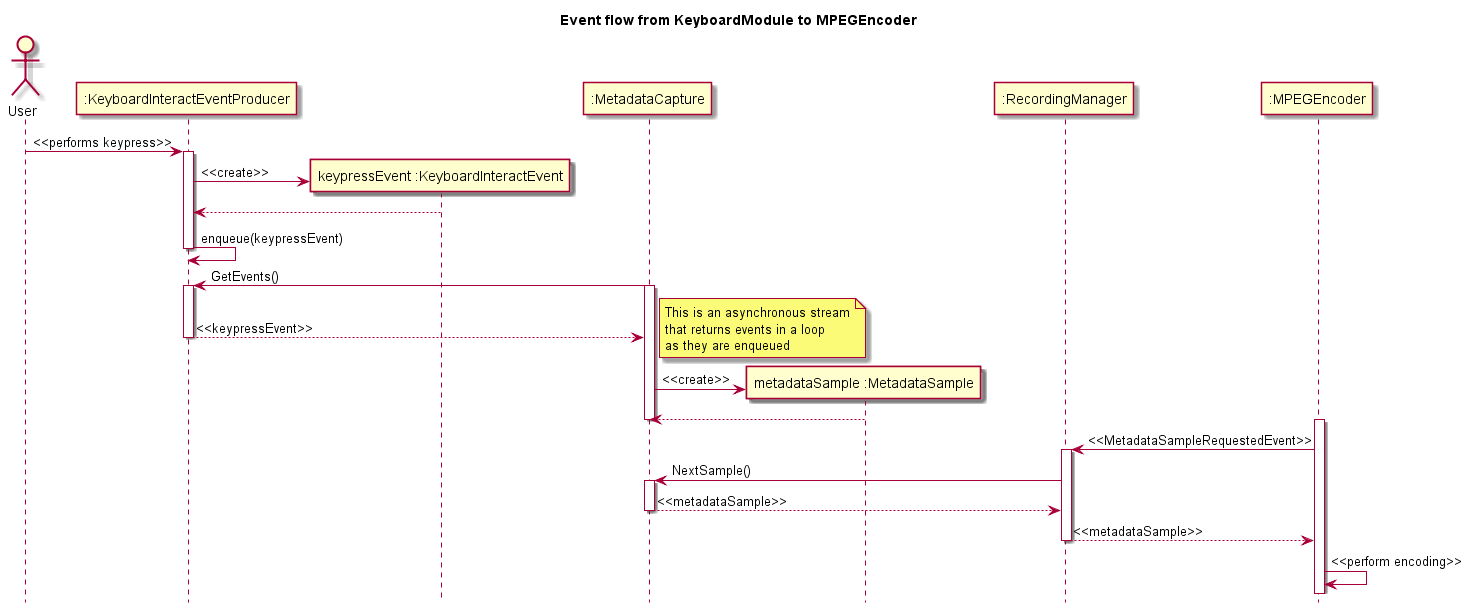
The PlantUML diagram documents/sd/resources/DynamicDiagrams/EventFlowKeyboardToEncoder.png in insightmind/MORR, before a commit.
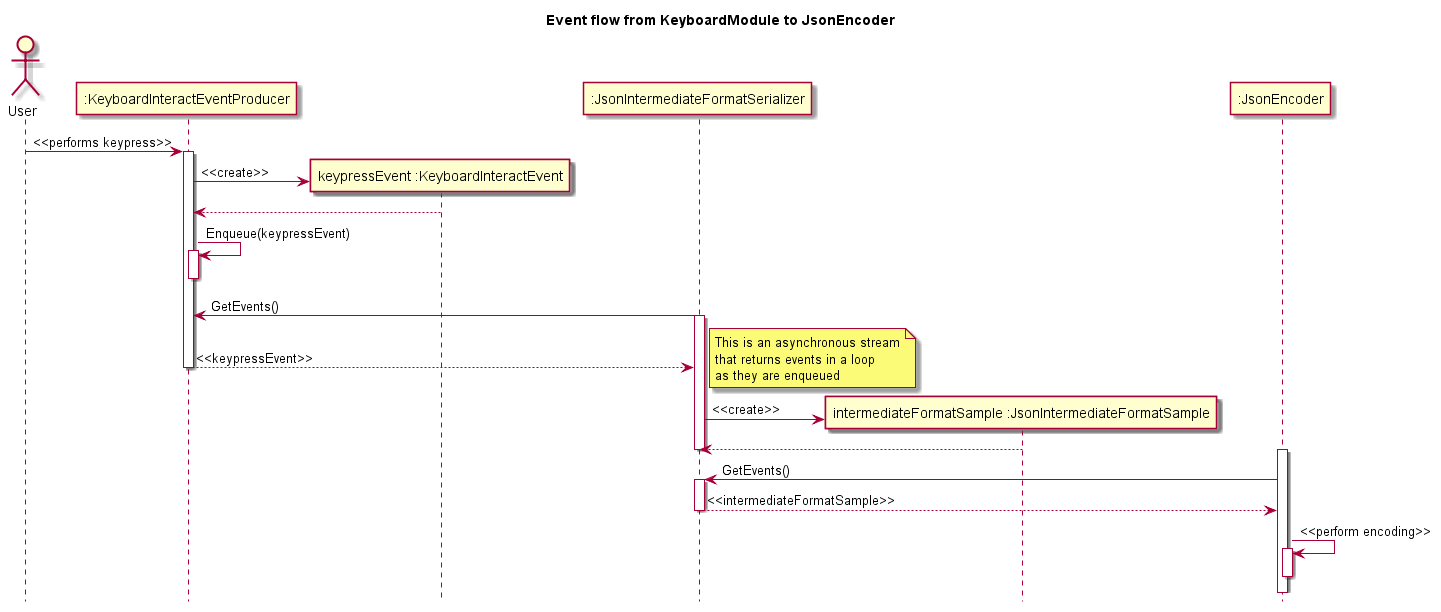
Later version of the same file.

Commit message:
Update dynamic diagrams for Core

Change to the diagram source:
```diff
@@ -1,6 +1,6 @@
 @startuml
 hide footbox
-title Event flow from KeyboardModule to MPEGEncoder
+title Event flow from KeyboardModule to JsonEncoder
 actor User
 
 participant ":KeyboardInteractEventProducer" as KeyboardEventProducer
@@ -9,14 +9,14 @@
 create "keypressEvent :KeyboardInteractEvent" as KeyboardEvent
 KeyboardEventProducer -> KeyboardEvent : <<create>>
 KeyboardEventProducer <-- KeyboardEvent
-KeyboardEventProducer -> KeyboardEventProducer : enqueue(keypressEvent)
+KeyboardEventProducer -> KeyboardEventProducer : Enqueue(keypressEvent)
+activate KeyboardEventProducer
 deactivate KeyboardEventProducer
 
-participant ":MetadataCapture" as MetadataCapture
-MetadataCapture -> KeyboardEventProducer : GetEvents()
-activate MetadataCapture
-activate KeyboardEventProducer
-MetadataCapture <-- KeyboardEventProducer : <<keypressEvent>>
+participant ":JsonIntermediateFormatSerializer" as JsonIntermediateFormatSerializer
+JsonIntermediateFormatSerializer -> KeyboardEventProducer : GetEvents()
+activate JsonIntermediateFormatSerializer
+JsonIntermediateFormatSerializer <-- KeyboardEventProducer : <<keypressEvent>>
 note right
 This is an asynchronous stream
 that returns events in a loop
@@ -24,22 +24,19 @@
 end note
 deactivate KeyboardEventProducer
 
-create "metadataSample :MetadataSample" as MetadataSample
-MetadataCapture -> MetadataSample : <<create>>
-MetadataCapture <-- MetadataSample
-deactivate MetadataCapture
+create "intermediateFormatSample :JsonIntermediateFormatSample" as JsonIntermediateFormatSample
+JsonIntermediateFormatSerializer -> JsonIntermediateFormatSample : <<create>>
+JsonIntermediateFormatSerializer <-- JsonIntermediateFormatSample
+deactivate JsonIntermediateFormatSerializer
 
-participant ":RecordingManager" as RecordingManager
-participant ":MPEGEncoder" as MPEGEncoder
-activate MPEGEncoder
-MPEGEncoder -> RecordingManager : <<MetadataSampleRequestedEvent>>
-activate RecordingManager
-RecordingManager -> MetadataCapture : NextSample()
-activate MetadataCapture
-RecordingManager <-- MetadataCapture : <<metadataSample>>
-deactivate MetadataCapture
-MPEGEncoder <-- RecordingManager : <<metadataSample>>
-deactivate RecordingManager
-MPEGEncoder -> MPEGEncoder : <<perform encoding>>
+participant ":JsonEncoder" as JsonEncoder
+activate JsonEncoder
+JsonEncoder -> JsonIntermediateFormatSerializer : GetEvents()
+activate JsonIntermediateFormatSerializer
+JsonEncoder <-- JsonIntermediateFormatSerializer : <<intermediateFormatSample>>
+deactivate JsonIntermediateFormatSerializer
+JsonEncoder -> JsonEncoder : <<perform encoding>>
+activate JsonEncoder
+deactivate JsonEncoder
 
 @enduml
```
